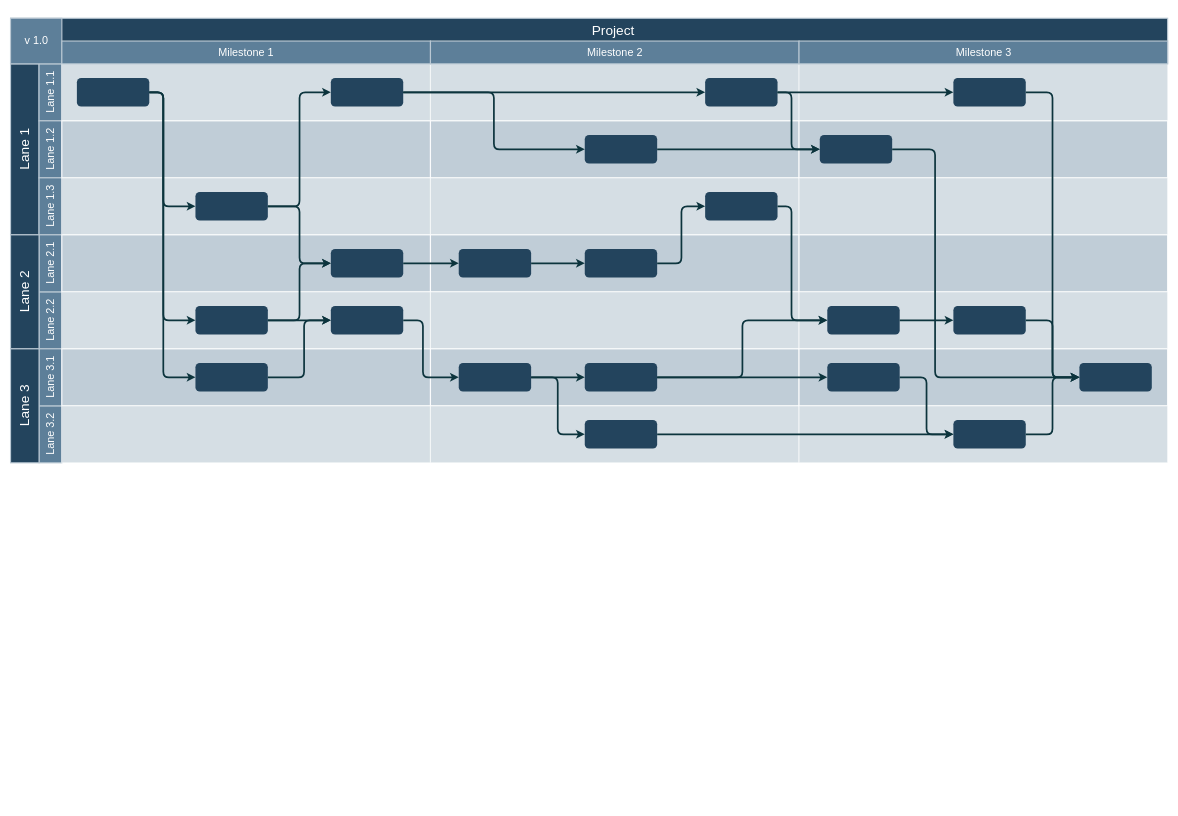
The draw.io diagram 中信Wakool.drawio in Cadmus-design/Diagrams, before the edit. Source tidied: cells renumbered, new cells numbered last; positions are measured from the earlier drawing's top-left corner, leaving out a move shared by most shapes. Both pictures are drawn from the tidied source at 57%, with x=0, y=0 at pixel (10, 18).
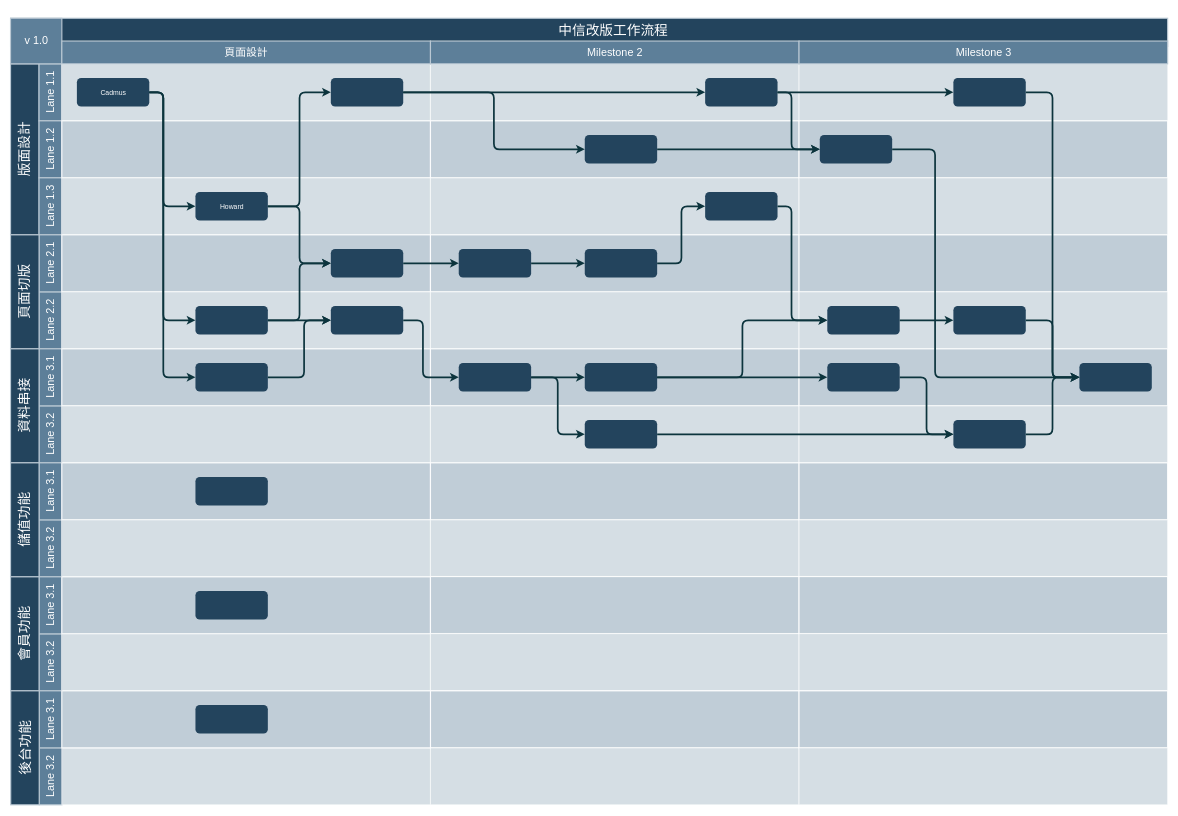
The same page after the edit.

Unchanged cells that the change refers to:
```xml
<mxCell id="86" style="group;" parent="1" vertex="1">
  <mxGeometry x="90" y="40.5" width="646.7" height="40" as="geometry" />
</mxCell>
```

What changed in the source:
```diff
@@
-    <mxCell id="2" value="Project&#10;" style="strokeColor=#BAC8D3;fillColor=#23445D;fontSize=24;strokeWidth=2;fontFamily=Helvetica;html=1;fontColor=#FFFFFF;fontStyle=0;spacingBottom=8;spacingRight=0;spacingLeft=83;" parent="1" vertex="1">
-      <mxGeometry y="0.5" width="2030" height="80" as="geometry" />
+    <mxCell id="2" value="&lt;p style=&quot;line-height: 1&quot;&gt;中信改版工作流程&lt;/p&gt;" style="strokeColor=#BAC8D3;fillColor=#23445D;fontSize=24;strokeWidth=2;fontFamily=Helvetica;html=1;fontColor=#FFFFFF;fontStyle=0;spacingBottom=8;spacingRight=0;spacingLeft=83;" parent="1" vertex="1">
+      <mxGeometry y="0.5" width="2030" height="49.5" as="geometry" />
     </mxCell>
-    <mxCell id="3" value="Lane 1" style="strokeColor=#BAC8D3;fillColor=#23445D;fontSize=24;strokeWidth=2;horizontal=0;fontFamily=Helvetica;html=1;fontColor=#FFFFFF;fontStyle=0;" parent="1" vertex="1">
+    <mxCell id="3" value="版面設計" style="strokeColor=#BAC8D3;fillColor=#23445D;fontSize=24;strokeWidth=2;horizontal=0;fontFamily=Helvetica;html=1;fontColor=#FFFFFF;fontStyle=0;" parent="1" vertex="1">
       <mxGeometry y="80.5" width="50" height="300" as="geometry" />
     </mxCell>
@@
-    <mxCell id="10" value="Lane 2" style="strokeColor=#BAC8D3;fillColor=#23445D;fontSize=24;strokeWidth=2;horizontal=0;fontFamily=Helvetica;html=1;fontColor=#FFFFFF;fontStyle=0;" parent="1" vertex="1">
+    <mxCell id="10" value="頁面切版" style="strokeColor=#BAC8D3;fillColor=#23445D;fontSize=24;strokeWidth=2;horizontal=0;fontFamily=Helvetica;html=1;fontColor=#FFFFFF;fontStyle=0;" parent="1" vertex="1">
       <mxGeometry y="380.5" width="50" height="200" as="geometry" />
     </mxCell>
@@
-    <mxCell id="13" value="Lane 3" style="strokeColor=#BAC8D3;fillColor=#23445D;fontSize=24;strokeWidth=2;horizontal=0;fontFamily=Helvetica;html=1;fontColor=#FFFFFF;fontStyle=0;" parent="1" vertex="1">
+    <mxCell id="13" value="資料串接" style="strokeColor=#BAC8D3;fillColor=#23445D;fontSize=24;strokeWidth=2;horizontal=0;fontFamily=Helvetica;html=1;fontColor=#FFFFFF;fontStyle=0;" parent="1" vertex="1">
       <mxGeometry y="580.5" width="50" height="200" as="geometry" />
     </mxCell>
@@
-    <mxCell id="36" style="rounded=1;fillColor=#23445D;strokeColor=none;strokeWidth=2;fontFamily=Helvetica;html=1;gradientColor=none;" parent="1" vertex="1">
+    <mxCell id="36" value="Cadmus" style="rounded=1;fillColor=#23445D;strokeColor=none;strokeWidth=2;fontFamily=Helvetica;html=1;gradientColor=none;fontColor=#FFFFFF;" parent="1" vertex="1">
       <mxGeometry x="116.4" y="105.5" width="127" height="50" as="geometry" />
     </mxCell>
@@
-    <mxCell id="38" style="rounded=1;fillColor=#23445D;strokeColor=none;strokeWidth=2;fontFamily=Helvetica;html=1;gradientColor=none;" parent="1" vertex="1">
+    <mxCell id="38" value="Howard" style="rounded=1;fillColor=#23445D;strokeColor=none;strokeWidth=2;fontFamily=Helvetica;html=1;gradientColor=none;fontColor=#FFFFFF;" parent="1" vertex="1">
       <mxGeometry x="324.4" y="305.5" width="127" height="50" as="geometry" />
     </mxCell>
@@
-    <mxCell id="87" value="Milestone 1" style="strokeColor=#BAC8D3;fillColor=#5d7f99;fontSize=19;strokeWidth=2;fontFamily=Helvetica;html=1;labelBackgroundColor=none;fontColor=#FFFFFF;" parent="86" vertex="1">
+    <mxCell id="87" value="頁面設計" style="strokeColor=#BAC8D3;fillColor=#5d7f99;fontSize=19;strokeWidth=2;fontFamily=Helvetica;html=1;labelBackgroundColor=none;fontColor=#FFFFFF;" parent="86" vertex="1">
       <mxGeometry width="646.7" height="40" as="geometry" />
     </mxCell>
@@
+    <mxCell id="90" value="Lane 3.2" style="strokeColor=#BAC8D3;fillColor=#5d7f99;fontSize=19;strokeWidth=2;horizontal=0;fontFamily=Helvetica;html=1;labelBackgroundColor=none;fontColor=#FFFFFF;" parent="1" vertex="1">
+      <mxGeometry x="50" y="880.5" width="40" height="100" as="geometry" />
+    </mxCell>
+    <mxCell id="91" value="Lane 3.1" style="strokeColor=#BAC8D3;fillColor=#5d7f99;fontSize=19;strokeWidth=2;horizontal=0;fontFamily=Helvetica;html=1;labelBackgroundColor=none;fontColor=#FFFFFF;" parent="1" vertex="1">
+      <mxGeometry x="50" y="780.5" width="40" height="100" as="geometry" />
+    </mxCell>
+    <mxCell id="92" value="儲值功能" style="strokeColor=#BAC8D3;fillColor=#23445D;fontSize=24;strokeWidth=2;horizontal=0;fontFamily=Helvetica;html=1;fontColor=#FFFFFF;fontStyle=0;" parent="1" vertex="1">
+      <mxGeometry y="780.5" width="50" height="200" as="geometry" />
+    </mxCell>
+    <mxCell id="93" style="strokeColor=#FFFFFF;fillColor=#BAC8D3;fontSize=18;strokeWidth=2;fontFamily=Helvetica;html=1;opacity=90;" parent="1" vertex="1">
+      <mxGeometry x="90" y="780.5" width="646.7" height="100" as="geometry" />
+    </mxCell>
+    <mxCell id="94" style="strokeColor=#FFFFFF;fillColor=#BAC8D3;fontSize=18;strokeWidth=2;fontFamily=Helvetica;html=1;opacity=60;" parent="1" vertex="1">
+      <mxGeometry x="90" y="880.5" width="646.7" height="100" as="geometry" />
+    </mxCell>
+    <mxCell id="95" style="strokeColor=#FFFFFF;fillColor=#BAC8D3;fontSize=18;strokeWidth=2;fontFamily=Helvetica;html=1;opacity=90;" parent="1" vertex="1">
+      <mxGeometry x="736.7" y="780.5" width="646.7" height="100" as="geometry" />
+    </mxCell>
+    <mxCell id="96" style="strokeColor=#FFFFFF;fillColor=#BAC8D3;fontSize=18;strokeWidth=2;fontFamily=Helvetica;html=1;opacity=60;fontStyle=4;" parent="1" vertex="1">
+      <mxGeometry x="736.7" y="880.5" width="646.7" height="100" as="geometry" />
+    </mxCell>
+    <mxCell id="97" style="strokeColor=#FFFFFF;fillColor=#BAC8D3;fontSize=18;strokeWidth=2;fontFamily=Helvetica;html=1;opacity=90;" parent="1" vertex="1">
+      <mxGeometry x="1383.3" y="780.5" width="646.7" height="100" as="geometry" />
+    </mxCell>
+    <mxCell id="98" style="strokeColor=#FFFFFF;fillColor=#BAC8D3;fontSize=18;strokeWidth=2;fontFamily=Helvetica;html=1;opacity=60;fontStyle=4;" parent="1" vertex="1">
+      <mxGeometry x="1383.3" y="880.5" width="646.7" height="100" as="geometry" />
+    </mxCell>
+    <mxCell id="99" value="Lane 3.2" style="strokeColor=#BAC8D3;fillColor=#5d7f99;fontSize=19;strokeWidth=2;horizontal=0;fontFamily=Helvetica;html=1;labelBackgroundColor=none;fontColor=#FFFFFF;" parent="1" vertex="1">
+      <mxGeometry x="50" y="1080.5" width="40" height="100" as="geometry" />
+    </mxCell>
+    <mxCell id="100" value="Lane 3.1" style="strokeColor=#BAC8D3;fillColor=#5d7f99;fontSize=19;strokeWidth=2;horizontal=0;fontFamily=Helvetica;html=1;labelBackgroundColor=none;fontColor=#FFFFFF;" parent="1" vertex="1">
+      <mxGeometry x="50" y="980.5" width="40" height="100" as="geometry" />
+    </mxCell>
+    <mxCell id="101" value="會員功能" style="strokeColor=#BAC8D3;fillColor=#23445D;fontSize=24;strokeWidth=2;horizontal=0;fontFamily=Helvetica;html=1;fontColor=#FFFFFF;fontStyle=0;" parent="1" vertex="1">
+      <mxGeometry y="980.5" width="50" height="200" as="geometry" />
+    </mxCell>
+    <mxCell id="102" style="strokeColor=#FFFFFF;fillColor=#BAC8D3;fontSize=18;strokeWidth=2;fontFamily=Helvetica;html=1;opacity=90;" parent="1" vertex="1">
+      <mxGeometry x="90" y="980.5" width="646.7" height="100" as="geometry" />
+    </mxCell>
+    <mxCell id="103" style="strokeColor=#FFFFFF;fillColor=#BAC8D3;fontSize=18;strokeWidth=2;fontFamily=Helvetica;html=1;opacity=60;" parent="1" vertex="1">
+      <mxGeometry x="90" y="1080.5" width="646.7" height="100" as="geometry" />
+    </mxCell>
+    <mxCell id="104" style="strokeColor=#FFFFFF;fillColor=#BAC8D3;fontSize=18;strokeWidth=2;fontFamily=Helvetica;html=1;opacity=90;" parent="1" vertex="1">
+      <mxGeometry x="736.7" y="980" width="646.7" height="100" as="geometry" />
+    </mxCell>
+    <mxCell id="105" style="strokeColor=#FFFFFF;fillColor=#BAC8D3;fontSize=18;strokeWidth=2;fontFamily=Helvetica;html=1;opacity=60;fontStyle=4;" parent="1" vertex="1">
+      <mxGeometry x="736.7" y="1080" width="646.7" height="100" as="geometry" />
+    </mxCell>
+    <mxCell id="106" style="strokeColor=#FFFFFF;fillColor=#BAC8D3;fontSize=18;strokeWidth=2;fontFamily=Helvetica;html=1;opacity=90;" parent="1" vertex="1">
+      <mxGeometry x="1383.3" y="980" width="646.7" height="100" as="geometry" />
+    </mxCell>
+    <mxCell id="107" style="strokeColor=#FFFFFF;fillColor=#BAC8D3;fontSize=18;strokeWidth=2;fontFamily=Helvetica;html=1;opacity=60;fontStyle=4;" parent="1" vertex="1">
+      <mxGeometry x="1383.3" y="1080" width="646.7" height="100" as="geometry" />
+    </mxCell>
+    <mxCell id="108" value="Lane 3.2" style="strokeColor=#BAC8D3;fillColor=#5d7f99;fontSize=19;strokeWidth=2;horizontal=0;fontFamily=Helvetica;html=1;labelBackgroundColor=none;fontColor=#FFFFFF;" parent="1" vertex="1">
+      <mxGeometry x="50.3" y="1280.5" width="40" height="100" as="geometry" />
+    </mxCell>
+    <mxCell id="109" value="Lane 3.1" style="strokeColor=#BAC8D3;fillColor=#5d7f99;fontSize=19;strokeWidth=2;horizontal=0;fontFamily=Helvetica;html=1;labelBackgroundColor=none;fontColor=#FFFFFF;" parent="1" vertex="1">
+      <mxGeometry x="50.3" y="1180.5" width="40" height="100" as="geometry" />
+    </mxCell>
+    <mxCell id="110" value="後台功能" style="strokeColor=#BAC8D3;fillColor=#23445D;fontSize=24;strokeWidth=2;horizontal=0;fontFamily=Helvetica;html=1;fontColor=#FFFFFF;fontStyle=0;" parent="1" vertex="1">
+      <mxGeometry x="0.3" y="1180.5" width="50" height="200" as="geometry" />
+    </mxCell>
+    <mxCell id="111" style="strokeColor=#FFFFFF;fillColor=#BAC8D3;fontSize=18;strokeWidth=2;fontFamily=Helvetica;html=1;opacity=60;" parent="1" vertex="1">
+      <mxGeometry x="90.3" y="1280.5" width="646.7" height="100" as="geometry" />
+    </mxCell>
+    <mxCell id="112" style="strokeColor=#FFFFFF;fillColor=#BAC8D3;fontSize=18;strokeWidth=2;fontFamily=Helvetica;html=1;opacity=90;" parent="1" vertex="1">
+      <mxGeometry x="736.7" y="1180.5" width="646.7" height="100" as="geometry" />
+    </mxCell>
+    <mxCell id="113" style="strokeColor=#FFFFFF;fillColor=#BAC8D3;fontSize=18;strokeWidth=2;fontFamily=Helvetica;html=1;opacity=60;fontStyle=4;" parent="1" vertex="1">
+      <mxGeometry x="736.7" y="1280.5" width="646.7" height="100" as="geometry" />
+    </mxCell>
+    <mxCell id="114" style="strokeColor=#FFFFFF;fillColor=#BAC8D3;fontSize=18;strokeWidth=2;fontFamily=Helvetica;html=1;opacity=90;" parent="1" vertex="1">
+      <mxGeometry x="1383.3" y="1180.5" width="646.7" height="100" as="geometry" />
+    </mxCell>
+    <mxCell id="115" style="strokeColor=#FFFFFF;fillColor=#BAC8D3;fontSize=18;strokeWidth=2;fontFamily=Helvetica;html=1;opacity=60;fontStyle=4;" parent="1" vertex="1">
+      <mxGeometry x="1383.3" y="1280.5" width="646.7" height="100" as="geometry" />
+    </mxCell>
+    <mxCell id="116" style="strokeColor=#FFFFFF;fillColor=#BAC8D3;fontSize=18;strokeWidth=2;fontFamily=Helvetica;html=1;opacity=90;" parent="1" vertex="1">
+      <mxGeometry x="90" y="1180.5" width="646.7" height="100" as="geometry" />
+    </mxCell>
+    <mxCell id="117" style="rounded=1;fillColor=#23445D;strokeColor=none;strokeWidth=2;fontFamily=Helvetica;html=1;gradientColor=none;" parent="1" vertex="1">
+      <mxGeometry x="324.4" y="805.5" width="127" height="50" as="geometry" />
+    </mxCell>
+    <mxCell id="118" style="rounded=1;fillColor=#23445D;strokeColor=none;strokeWidth=2;fontFamily=Helvetica;html=1;gradientColor=none;" parent="1" vertex="1">
+      <mxGeometry x="324.4" y="1005.5" width="127" height="50" as="geometry" />
+    </mxCell>
+    <mxCell id="119" style="rounded=1;fillColor=#23445D;strokeColor=none;strokeWidth=2;fontFamily=Helvetica;html=1;gradientColor=none;" parent="1" vertex="1">
+      <mxGeometry x="324.4" y="1205.5" width="127" height="50" as="geometry" />
+    </mxCell>
```
